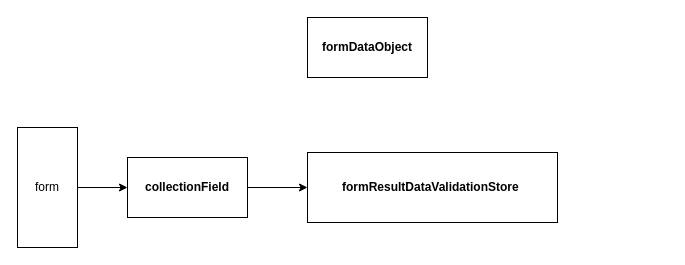
yvelio/test keeps this draw.io diagram as Untitled Diagram.drawio. Above is the earlier version. Source tidied: cells renumbered, new cells numbered last; positions are measured from the earlier drawing's top-left corner, leaving out a move shared by most shapes. Both pictures are drawn from the tidied source at 100%, with x=0, y=0 at pixel (17, 17).
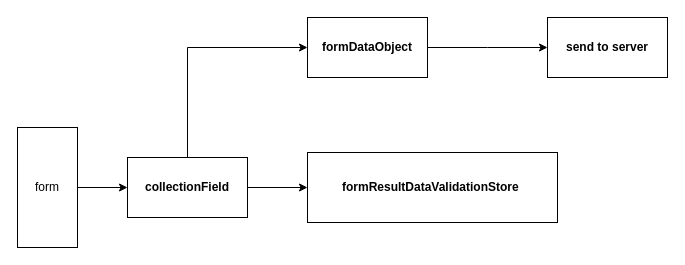
After the change.

Change to the diagram source:
```diff
@@
 <mxGraphModel>
   <root>
     <mxCell id="0" />
     <mxCell id="1" parent="0" />
     <mxCell id="2" value="&lt;span style=&quot;font-weight: 600&quot;&gt;formResultDataValidationStore&amp;nbsp;&lt;/span&gt;" style="rounded=0;whiteSpace=wrap;html=1;" parent="1" vertex="1">
       <mxGeometry x="290" y="135" width="250" height="70" as="geometry" />
     </mxCell>
+    <mxCell id="8" style="edgeStyle=orthogonalEdgeStyle;rounded=0;jettySize=auto;html=1;exitX=1;exitY=0.5;exitDx=0;exitDy=0;" parent="1" edge="1" source="3">
+      <mxGeometry relative="1" as="geometry">
+        <mxPoint x="530" y="30" as="targetPoint" />
+      </mxGeometry>
+    </mxCell>
     <mxCell id="3" value="&lt;span style=&quot;font-weight: 600&quot;&gt;formDataObject&lt;/span&gt;" style="rounded=0;whiteSpace=wrap;html=1;" parent="1" vertex="1">
       <mxGeometry x="290" width="120" height="60" as="geometry" />
     </mxCell>
     <mxCell id="4" style="edgeStyle=orthogonalEdgeStyle;rounded=0;jettySize=auto;html=1;" parent="1" edge="1" source="5" target="7">
       <mxGeometry relative="1" as="geometry" />
     </mxCell>
     <mxCell id="5" value="form" style="rounded=0;whiteSpace=wrap;html=1;direction=south;" parent="1" vertex="1">
       <mxGeometry y="110" width="60" height="120" as="geometry" />
     </mxCell>
     <mxCell id="6" style="edgeStyle=orthogonalEdgeStyle;rounded=0;jettySize=auto;html=1;" parent="1" edge="1" source="7" target="2">
       <mxGeometry relative="1" as="geometry" />
     </mxCell>
+    <mxCell id="9" style="edgeStyle=orthogonalEdgeStyle;rounded=0;jettySize=auto;html=1;entryX=0;entryY=0.5;entryDx=0;entryDy=0;" parent="1" edge="1" source="7" target="3">
+      <mxGeometry relative="1" as="geometry">
+        <Array as="points">
+          <mxPoint x="170" y="30" />
+        </Array>
+      </mxGeometry>
+    </mxCell>
     <mxCell id="7" value="&lt;span style=&quot;font-weight: 600&quot;&gt;collectionField&lt;/span&gt;" style="whiteSpace=wrap;html=1;rounded=0;" parent="1" vertex="1">
       <mxGeometry x="110" y="140" width="120" height="60" as="geometry" />
     </mxCell>
+    <mxCell id="10" value="&lt;b&gt;send to server&lt;/b&gt;" style="rounded=0;whiteSpace=wrap;html=1;" parent="1" vertex="1">
+      <mxGeometry x="530" width="120" height="60" as="geometry" />
+    </mxCell>
   </root>
 </mxGraphModel>
```
